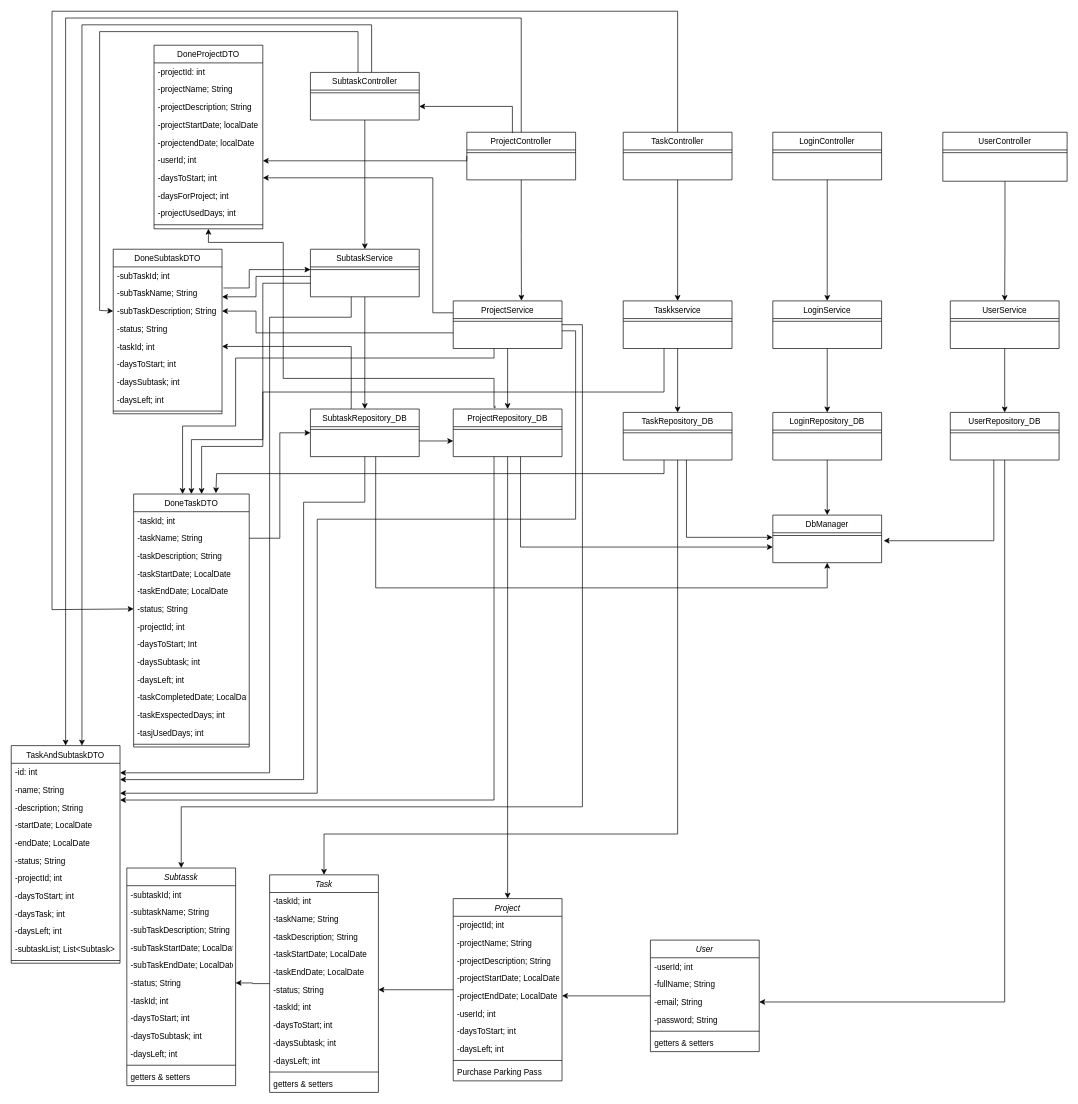
Above: docs/Class_Diagram.drawio in Atributties/ProjectPeak (draw.io), before the change. Source tidied: cells renumbered, new cells numbered last; positions are measured from the earlier drawing's top-left corner, leaving out a move shared by most shapes. Both pictures are drawn from the tidied source at 68%, with x=0, y=0 at pixel (11, 11).
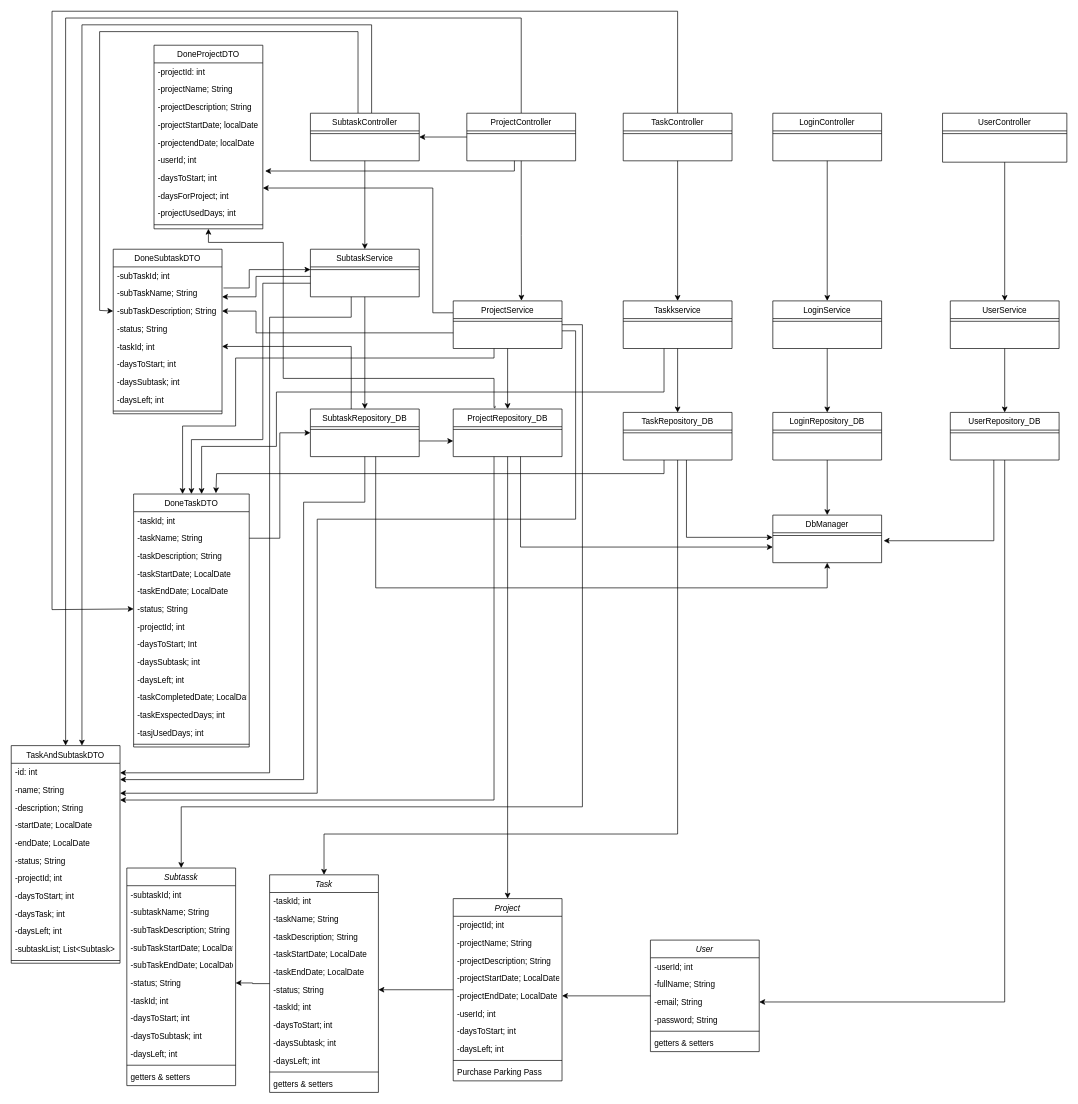
The same page after the edit.

Unchanged cells that the change refers to:
```xml
<mxCell id="81" value="-daysToStart; int" style="text;align=left;verticalAlign=top;spacingLeft=4;spacingRight=4;overflow=hidden;points=[[0,0.5],[1,0.5]];portConstraint=eastwest;" parent="74" vertex="1">
  <mxGeometry y="182" width="160" height="26" as="geometry" />
</mxCell>
<mxCell id="141" value="Taskkservice" style="swimlane;fontStyle=0;align=center;verticalAlign=top;horizontal=1;startSize=26;rounded=0;shadow=0;strokeWidth=1;" parent="1" vertex="1">
  <mxGeometry x="900" y="426" width="160" height="70" as="geometry" />
</mxCell>
<mxCell id="164" value="ProjectService" style="swimlane;fontStyle=0;align=center;verticalAlign=top;horizontal=1;startSize=26;rounded=0;shadow=0;strokeWidth=1;" parent="1" vertex="1">
  <mxGeometry x="650" y="426" width="160" height="70" as="geometry" />
</mxCell>
```

The edit, as a diff of the source:
```diff
@@
     <mxCell id="50" value="LoginController" style="swimlane;fontStyle=0;align=center;verticalAlign=top;horizontal=1;startSize=26;rounded=0;shadow=0;strokeWidth=1;" parent="1" vertex="1">
-      <mxGeometry x="1120" y="178" width="160" height="70" as="geometry" />
+      <mxGeometry x="1120" y="150" width="160" height="70" as="geometry" />
     </mxCell>
@@
     <mxCell id="55" value="SubtaskController" style="swimlane;fontStyle=0;align=center;verticalAlign=top;horizontal=1;startSize=26;rounded=0;shadow=0;strokeWidth=1;" parent="1" vertex="1">
-      <mxGeometry x="440" y="90" width="160" height="70" as="geometry" />
+      <mxGeometry x="440" y="150" width="160" height="70" as="geometry" />
     </mxCell>
@@
     <mxCell id="59" value="TaskController" style="swimlane;fontStyle=0;align=center;verticalAlign=top;horizontal=1;startSize=26;rounded=0;shadow=0;strokeWidth=1;" parent="1" vertex="1">
-      <mxGeometry x="900" y="178" width="160" height="70" as="geometry" />
+      <mxGeometry x="900" y="150" width="160" height="70" as="geometry" />
     </mxCell>
@@
     <mxCell id="62" value="UserController" style="swimlane;fontStyle=0;align=center;verticalAlign=top;horizontal=1;startSize=26;rounded=0;shadow=0;strokeWidth=1;" parent="1" vertex="1">
-      <mxGeometry x="1370" y="178" width="182.8" height="72" as="geometry" />
+      <mxGeometry x="1369.6" y="150" width="182.8" height="72" as="geometry" />
     </mxCell>
@@
     <mxCell id="140" style="edgeStyle=orthogonalEdgeStyle;rounded=0;jettySize=auto;html=1;" parent="1" edge="1" source="141">
       <mxGeometry relative="1" as="geometry">
         <mxPoint x="280" y="710" as="targetPoint" />
         <Array as="points">
           <mxPoint x="960" y="560" />
-          <mxPoint x="370" y="560" />
-          <mxPoint x="370" y="640" />
+          <mxPoint x="390" y="560" />
+          <mxPoint x="390" y="640" />
           <mxPoint x="280" y="640" />
-          <mxPoint x="280" y="710" />
         </Array>
       </mxGeometry>
     </mxCell>
@@
-    <mxCell id="148" style="edgeStyle=orthogonalEdgeStyle;rounded=0;jettySize=auto;html=1;exitX=0;exitY=0.25;exitDx=0;exitDy=0;entryX=1;entryY=0.5;entryDx=0;entryDy=0;" parent="1" edge="1" source="164" target="81">
+    <mxCell id="148" style="edgeStyle=orthogonalEdgeStyle;rounded=0;jettySize=auto;html=1;exitX=0;exitY=0.25;exitDx=0;exitDy=0;" parent="1" edge="1" source="164">
       <mxGeometry relative="1" as="geometry">
+        <mxPoint x="370" y="260" as="targetPoint" />
         <Array as="points">
           <mxPoint x="620" y="444" />
-          <mxPoint x="620" y="245" />
+          <mxPoint x="620" y="260" />
+          <mxPoint x="370" y="260" />
         </Array>
       </mxGeometry>
     </mxCell>
@@
-    <mxCell id="157" style="edgeStyle=orthogonalEdgeStyle;rounded=0;jettySize=auto;html=1;exitX=0;exitY=0.5;exitDx=0;exitDy=0;" parent="1" edge="1" source="160">
-      <mxGeometry relative="1" as="geometry">
-        <mxPoint x="370" y="220" as="targetPoint" />
-        <Array as="points">
-          <mxPoint x="670" y="220" />
-        </Array>
-      </mxGeometry>
-    </mxCell>
@@
+    <mxCell id="171" style="edgeStyle=orthogonalEdgeStyle;rounded=0;jettySize=auto;html=1;entryX=1;entryY=0.5;entryDx=0;entryDy=0;" parent="1" edge="1" source="160" target="55">
+      <mxGeometry relative="1" as="geometry" />
+    </mxCell>
+    <mxCell id="172" style="edgeStyle=orthogonalEdgeStyle;rounded=0;jettySize=auto;html=1;entryX=1.021;entryY=0.115;entryDx=0;entryDy=0;entryPerimeter=0;" parent="1" edge="1" source="160" target="81">
+      <mxGeometry relative="1" as="geometry">
+        <Array as="points">
+          <mxPoint x="740" y="235" />
+        </Array>
+      </mxGeometry>
+    </mxCell>
     <mxCell id="160" value="ProjectController" style="swimlane;fontStyle=0;align=center;verticalAlign=top;horizontal=1;startSize=26;rounded=0;shadow=0;strokeWidth=1;" parent="1" vertex="1">
-      <mxGeometry x="670" y="178" width="160" height="70" as="geometry" />
+      <mxGeometry x="670" y="150" width="160" height="70" as="geometry" />
     </mxCell>
@@
-    <mxCell id="167" style="edgeStyle=orthogonalEdgeStyle;rounded=0;jettySize=auto;html=1;exitX=0.419;exitY=0.012;exitDx=0;exitDy=0;exitPerimeter=0;" parent="1" edge="1" source="160">
-      <mxGeometry relative="1" as="geometry">
-        <mxPoint x="600" y="140" as="targetPoint" />
-        <Array as="points">
-          <mxPoint x="737" y="140" />
-        </Array>
-      </mxGeometry>
-    </mxCell>
```
